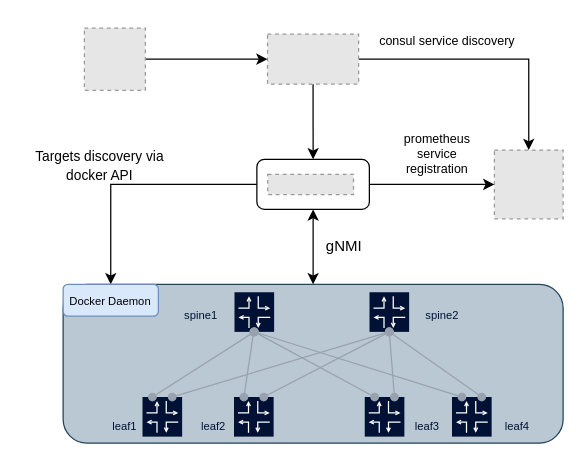
Earlier version of the draw.io diagram page "4.single_prometheus" (4 of 5) of diagrams/clab_deployments.drawio (karimra/gnmic). Source tidied: cells renumbered, new cells numbered last; positions are measured from the earlier drawing's top-left corner, leaving out a move shared by most shapes. Both pictures are drawn from the tidied source at 125%, with x=0, y=0 at pixel (21, 21). Pictures stored in the file or linked from it are replaced by grey dashed boxes.
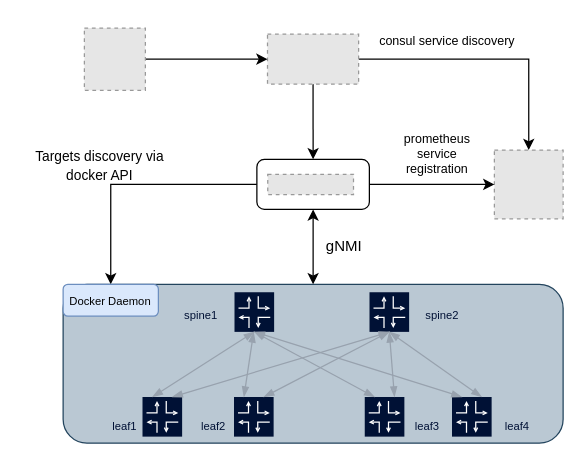
Above is the later version.

Unchanged cells that the change refers to:
```xml
<mxCell id="7" style="group;" parent="1" vertex="1">
  <mxGeometry x="33" y="210" width="400" height="127" as="geometry" />
</mxCell>
<mxCell id="11" style="whiteSpace=wrap;html=1;fillColor=#001135;strokeColor=none;fontFamily=Manrope;" parent="10" vertex="1">
  <mxGeometry width="31.7" height="31.7" as="geometry" />
</mxCell>
<mxCell id="19" style="whiteSpace=wrap;html=1;fillColor=#001135;strokeColor=none;fontFamily=Manrope;" parent="18" vertex="1">
  <mxGeometry width="31.7" height="31.7" as="geometry" />
</mxCell>
<mxCell id="28" style="whiteSpace=wrap;html=1;fillColor=#001135;strokeColor=none;fontFamily=Manrope;" parent="27" vertex="1">
  <mxGeometry width="31.7" height="31.7" as="geometry" />
</mxCell>
<mxCell id="36" style="whiteSpace=wrap;html=1;fillColor=#001135;strokeColor=none;fontFamily=Manrope;" parent="35" vertex="1">
  <mxGeometry width="31.7" height="31.7" as="geometry" />
</mxCell>
<mxCell id="46" style="whiteSpace=wrap;html=1;fillColor=#001135;strokeColor=none;fontFamily=Manrope;" parent="45" vertex="1">
  <mxGeometry width="31.7" height="31.7" as="geometry" />
</mxCell>
<mxCell id="54" style="whiteSpace=wrap;html=1;fillColor=#001135;strokeColor=none;fontFamily=Manrope;" parent="53" vertex="1">
  <mxGeometry width="31.7" height="31.7" as="geometry" />
</mxCell>
```

Diff of the diagram source:
```diff
@@
-    <mxCell id="33" style="rounded=0;jettySize=auto;html=1;fontFamily=Manrope;fontSize=12;fontColor=#FFFFFF;endArrow=oval;endFill=1;startArrow=oval;startFill=1;entryX=0.25;entryY=0;entryDx=0;entryDy=0;strokeColor=#98A2AE;" parent="7" edge="1" target="19">
+    <mxCell id="33" style="rounded=0;jettySize=auto;html=1;fontFamily=Manrope;fontSize=12;fontColor=#FFFFFF;endArrow=blockThin;endFill=1;startArrow=blockThin;startFill=1;entryX=0.25;entryY=0;entryDx=0;entryDy=0;strokeColor=#98A2AE;" parent="7" edge="1" target="19">
       <mxGeometry relative="1" as="geometry">
         <mxPoint x="152.4" y="38.1" as="sourcePoint" />
       </mxGeometry>
     </mxCell>
-    <mxCell id="34" style="rounded=0;jettySize=auto;html=1;fontFamily=Manrope;fontSize=12;fontColor=#FFFFFF;endArrow=oval;endFill=1;startArrow=oval;startFill=1;entryX=0.25;entryY=0;entryDx=0;entryDy=0;strokeColor=#98A2AE;endSize=6;startSize=6;exitX=0.5;exitY=1;exitDx=0;exitDy=0;" parent="7" edge="1" source="28" target="11">
+    <mxCell id="34" style="rounded=0;jettySize=auto;html=1;fontFamily=Manrope;fontSize=12;fontColor=#FFFFFF;endArrow=blockThin;endFill=1;startArrow=blockThin;startFill=1;entryX=0.25;entryY=0;entryDx=0;entryDy=0;strokeColor=#98A2AE;endSize=6;startSize=6;exitX=0.5;exitY=1;exitDx=0;exitDy=0;" parent="7" edge="1" source="28" target="11">
       <mxGeometry relative="1" as="geometry" />
     </mxCell>
@@
-    <mxCell id="42" style="rounded=0;jettySize=auto;html=1;fontFamily=Manrope;fontSize=12;fontColor=#FFFFFF;endArrow=oval;endFill=1;startArrow=oval;startFill=1;entryX=0.75;entryY=0;entryDx=0;entryDy=0;strokeColor=#98A2AE;endSize=6;startSize=6;exitX=0.5;exitY=1;exitDx=0;exitDy=0;" parent="7" edge="1" source="36" target="11">
+    <mxCell id="42" style="rounded=0;jettySize=auto;html=1;fontFamily=Manrope;fontSize=12;fontColor=#FFFFFF;endArrow=blockThin;endFill=1;startArrow=blockThin;startFill=1;entryX=0.75;entryY=0;entryDx=0;entryDy=0;strokeColor=#98A2AE;endSize=6;startSize=6;exitX=0.5;exitY=1;exitDx=0;exitDy=0;" parent="7" edge="1" source="36" target="11">
       <mxGeometry relative="1" as="geometry" />
     </mxCell>
-    <mxCell id="43" style="rounded=0;jettySize=auto;html=1;fontFamily=Manrope;fontSize=12;fontColor=#FFFFFF;endArrow=oval;endFill=1;startArrow=oval;startFill=1;entryX=0.75;entryY=0;entryDx=0;entryDy=0;exitX=0.5;exitY=1;exitDx=0;exitDy=0;strokeColor=#98A2AE;" parent="7" edge="1" source="36" target="19">
+    <mxCell id="43" style="rounded=0;jettySize=auto;html=1;fontFamily=Manrope;fontSize=12;fontColor=#FFFFFF;endArrow=blockThin;endFill=1;startArrow=blockThin;startFill=1;entryX=0.75;entryY=0;entryDx=0;entryDy=0;exitX=0.5;exitY=1;exitDx=0;exitDy=0;strokeColor=#98A2AE;" parent="7" edge="1" source="36" target="19">
       <mxGeometry relative="1" as="geometry" />
     </mxCell>
@@
-    <mxCell id="60" style="rounded=0;jettySize=auto;html=1;fontFamily=Manrope;fontSize=12;fontColor=#FFFFFF;endArrow=oval;endFill=1;startArrow=oval;startFill=1;entryX=0.25;entryY=0;entryDx=0;entryDy=0;strokeColor=#98A2AE;exitX=0.5;exitY=1;exitDx=0;exitDy=0;" parent="7" edge="1" source="28" target="54">
+    <mxCell id="60" style="rounded=0;jettySize=auto;html=1;fontFamily=Manrope;fontSize=12;fontColor=#FFFFFF;endArrow=blockThin;endFill=1;startArrow=blockThin;startFill=1;entryX=0.25;entryY=0;entryDx=0;entryDy=0;strokeColor=#98A2AE;exitX=0.5;exitY=1;exitDx=0;exitDy=0;" parent="7" edge="1" source="28" target="54">
       <mxGeometry relative="1" as="geometry" />
     </mxCell>
-    <mxCell id="61" style="rounded=0;jettySize=auto;html=1;fontFamily=Manrope;fontSize=12;fontColor=#FFFFFF;endArrow=oval;endFill=1;startArrow=oval;startFill=1;entryX=0.25;entryY=0;entryDx=0;entryDy=0;strokeColor=#98A2AE;endSize=6;startSize=6;exitX=0.5;exitY=1;exitDx=0;exitDy=0;" parent="7" edge="1" source="28" target="46">
+    <mxCell id="61" style="rounded=0;jettySize=auto;html=1;fontFamily=Manrope;fontSize=12;fontColor=#FFFFFF;endArrow=blockThin;endFill=1;startArrow=blockThin;startFill=1;entryX=0.25;entryY=0;entryDx=0;entryDy=0;strokeColor=#98A2AE;endSize=6;startSize=6;exitX=0.5;exitY=1;exitDx=0;exitDy=0;" parent="7" edge="1" source="28" target="46">
       <mxGeometry relative="1" as="geometry" />
     </mxCell>
-    <mxCell id="62" style="rounded=0;jettySize=auto;html=1;fontFamily=Manrope;fontSize=12;fontColor=#FFFFFF;endArrow=oval;endFill=1;startArrow=oval;startFill=1;entryX=0.75;entryY=0;entryDx=0;entryDy=0;strokeColor=#98A2AE;endSize=6;startSize=6;exitX=0.5;exitY=1;exitDx=0;exitDy=0;" parent="7" edge="1" source="36" target="46">
+    <mxCell id="62" style="rounded=0;jettySize=auto;html=1;fontFamily=Manrope;fontSize=12;fontColor=#FFFFFF;endArrow=blockThin;endFill=1;startArrow=blockThin;startFill=1;entryX=0.75;entryY=0;entryDx=0;entryDy=0;strokeColor=#98A2AE;endSize=6;startSize=6;exitX=0.5;exitY=1;exitDx=0;exitDy=0;" parent="7" edge="1" source="36" target="46">
       <mxGeometry relative="1" as="geometry" />
     </mxCell>
-    <mxCell id="63" style="rounded=0;jettySize=auto;html=1;fontFamily=Manrope;fontSize=12;fontColor=#FFFFFF;endArrow=oval;endFill=1;startArrow=oval;startFill=1;entryX=0.75;entryY=0;entryDx=0;entryDy=0;exitX=0.5;exitY=1;exitDx=0;exitDy=0;strokeColor=#98A2AE;" parent="7" edge="1" source="36" target="54">
+    <mxCell id="63" style="rounded=0;jettySize=auto;html=1;fontFamily=Manrope;fontSize=12;fontColor=#FFFFFF;endArrow=blockThin;endFill=1;startArrow=blockThin;startFill=1;entryX=0.75;entryY=0;entryDx=0;entryDy=0;exitX=0.5;exitY=1;exitDx=0;exitDy=0;strokeColor=#98A2AE;" parent="7" edge="1" source="36" target="54">
       <mxGeometry relative="1" as="geometry" />
     </mxCell>
```
